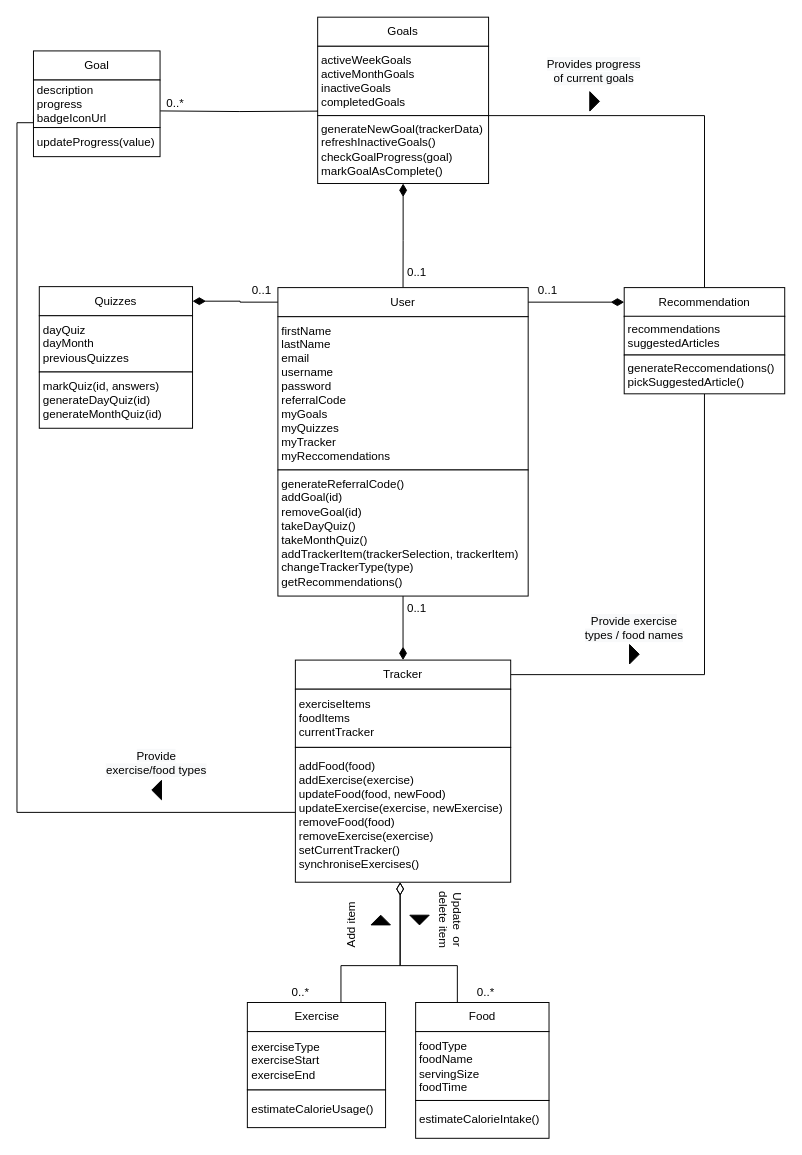
ahammond3aws/DC2SEN keeps this draw.io diagram as Final_class_diagram.drawio. Above is the earlier version. Source tidied: cells renumbered, new cells numbered last; positions are measured from the earlier drawing's top-left corner, leaving out a move shared by most shapes. Both pictures are drawn from the tidied source at 97%, with x=0, y=0 at pixel (16, 16).
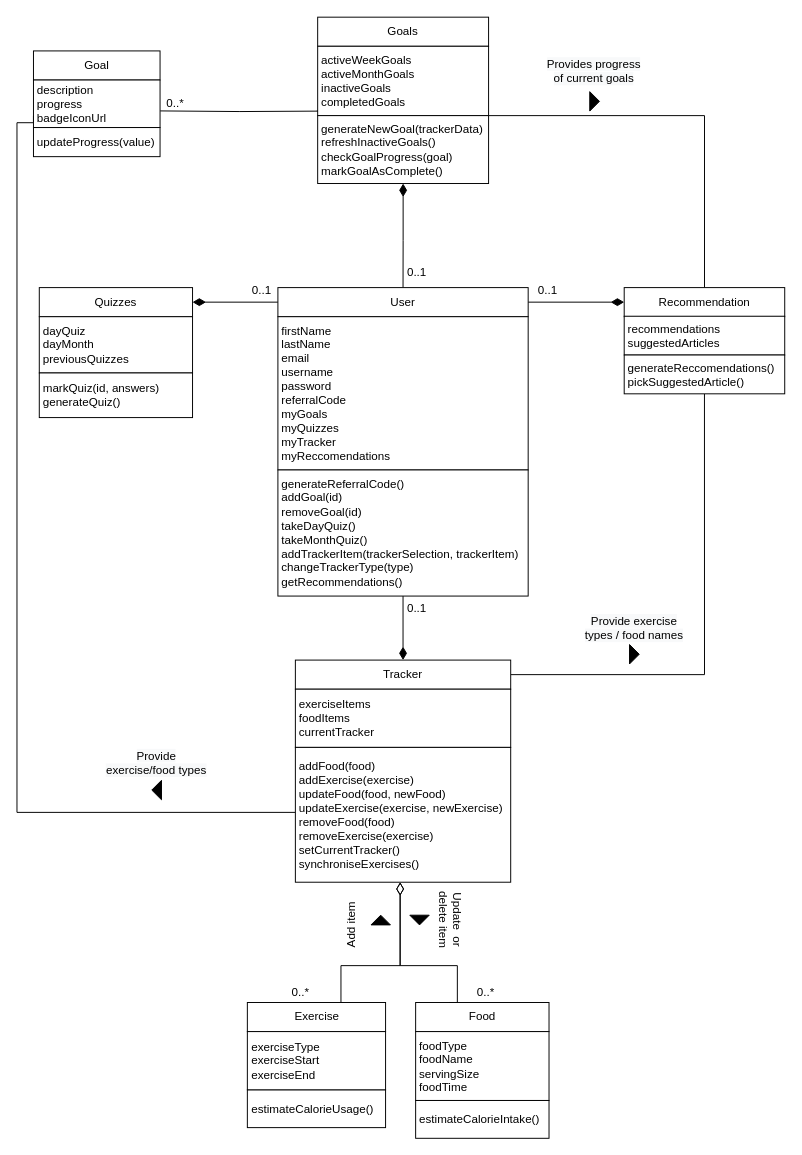
Above is the later version.

The edit, as a diff of the source:
```diff
@@
     <mxCell id="29" style="group;" parent="1" vertex="1">
-      <mxGeometry x="23" y="278" width="158" height="146" as="geometry" />
+      <mxGeometry x="23" y="279" width="158" height="146" as="geometry" />
     </mxCell>
@@
-    <mxCell id="32" value="markQuiz(id, answers)&lt;br&gt;generateDayQuiz(id)&lt;br&gt;generateMonthQuiz(id)" style="rounded=0;whiteSpace=wrap;html=1;align=left;spacingLeft=2;" parent="29" vertex="1">
-      <mxGeometry y="88" width="158" height="58" as="geometry" />
+    <mxCell id="32" value="markQuiz(id, answers)&lt;br&gt;generateQuiz()" style="rounded=0;whiteSpace=wrap;html=1;align=left;spacingLeft=2;" parent="29" vertex="1">
+      <mxGeometry y="88" width="158" height="46" as="geometry" />
     </mxCell>
```
